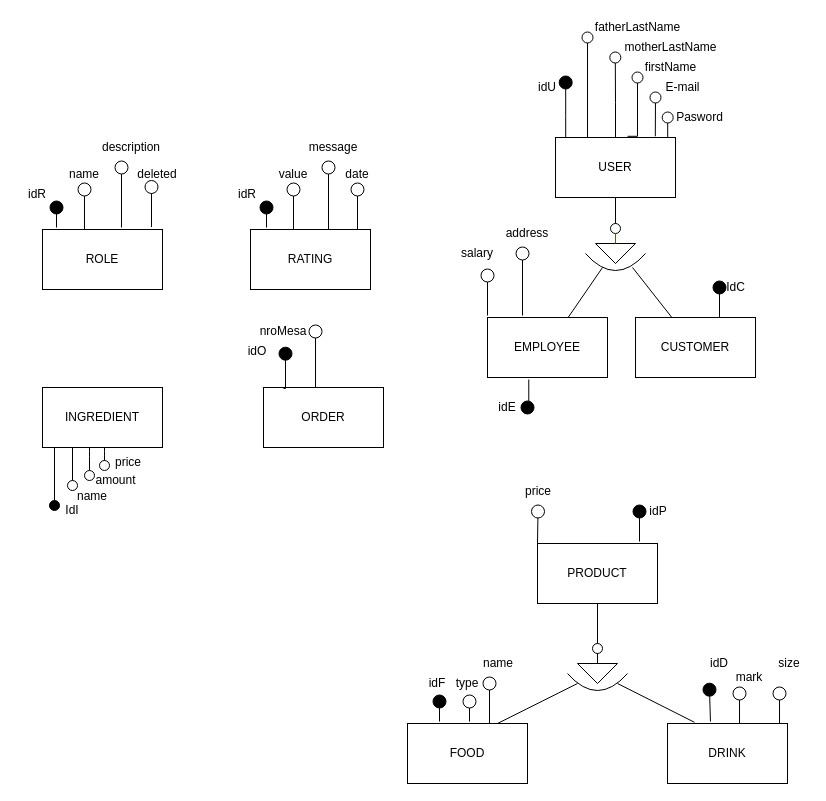
Earlier version of the draw.io diagram page "Atributos" (2 of 2) of scom-rest-erm.drawio (Alvaro-IHC/SCom-rest). Source tidied: cells renumbered, new cells numbered last; positions are measured from the earlier drawing's top-left corner, leaving out a move shared by most shapes. Both pictures are drawn from the tidied source at 100%, with x=0, y=0 at pixel (17, 17).
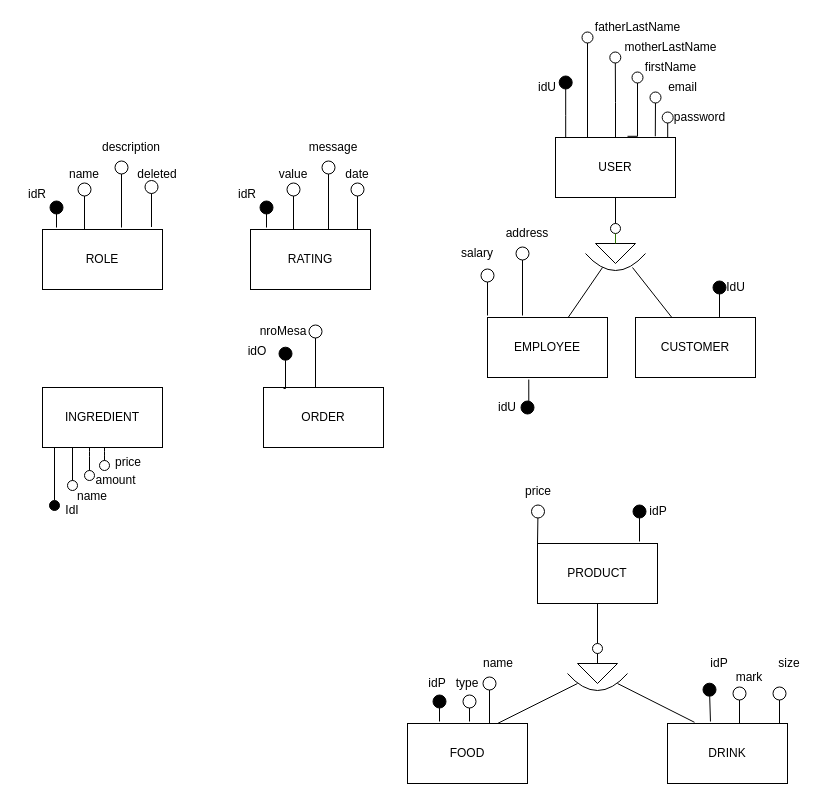
Above is the later version.

What changed in the source:
```diff
@@
-    <mxCell id="34" value="idE" style="text;html=1;align=center;verticalAlign=middle;whiteSpace=wrap;rounded=0;" parent="1" vertex="1">
+    <mxCell id="34" value="idU" style="text;html=1;align=center;verticalAlign=middle;whiteSpace=wrap;rounded=0;" parent="1" vertex="1">
       <mxGeometry x="470" y="380" width="40" height="20" as="geometry" />
     </mxCell>
@@
-    <mxCell id="36" value="IdC" style="text;html=1;align=center;verticalAlign=middle;strokeColor=none;fillColor=none;" parent="1" vertex="1">
+    <mxCell id="36" value="IdU" style="text;html=1;align=center;verticalAlign=middle;strokeColor=none;fillColor=none;" parent="1" vertex="1">
       <mxGeometry x="703" y="260" width="30" height="20" as="geometry" />
     </mxCell>
@@
-    <mxCell id="41" value="E-mail" style="text;html=1;align=center;verticalAlign=middle;strokeColor=none;fillColor=none;" parent="1" vertex="1">
-      <mxGeometry x="640" y="60" width="50" height="20" as="geometry" />
+    <mxCell id="41" value="email" style="text;html=1;align=center;verticalAlign=middle;strokeColor=none;fillColor=none;" parent="1" vertex="1">
+      <mxGeometry x="645" y="60" width="40" height="20" as="geometry" />
     </mxCell>
-    <mxCell id="42" value="Pasword" style="text;html=1;align=center;verticalAlign=middle;strokeColor=none;fillColor=none;" parent="1" vertex="1">
-      <mxGeometry x="652" y="90" width="60" height="20" as="geometry" />
+    <mxCell id="42" value="password" style="text;html=1;align=center;verticalAlign=middle;strokeColor=none;fillColor=none;" parent="1" vertex="1">
+      <mxGeometry x="647" y="90" width="70" height="20" as="geometry" />
     </mxCell>
@@
-    <mxCell id="74" value="idD" style="text;html=1;align=center;verticalAlign=middle;whiteSpace=wrap;rounded=0;" parent="1" vertex="1">
+    <mxCell id="74" value="idP" style="text;html=1;align=center;verticalAlign=middle;whiteSpace=wrap;rounded=0;" parent="1" vertex="1">
       <mxGeometry x="682" y="636" width="40" height="20" as="geometry" />
     </mxCell>
@@
-    <mxCell id="81" value="idF" style="text;html=1;align=center;verticalAlign=middle;whiteSpace=wrap;rounded=0;" parent="1" vertex="1">
+    <mxCell id="81" value="idP" style="text;html=1;align=center;verticalAlign=middle;whiteSpace=wrap;rounded=0;" parent="1" vertex="1">
       <mxGeometry x="400" y="656" width="40" height="20" as="geometry" />
     </mxCell>
```
